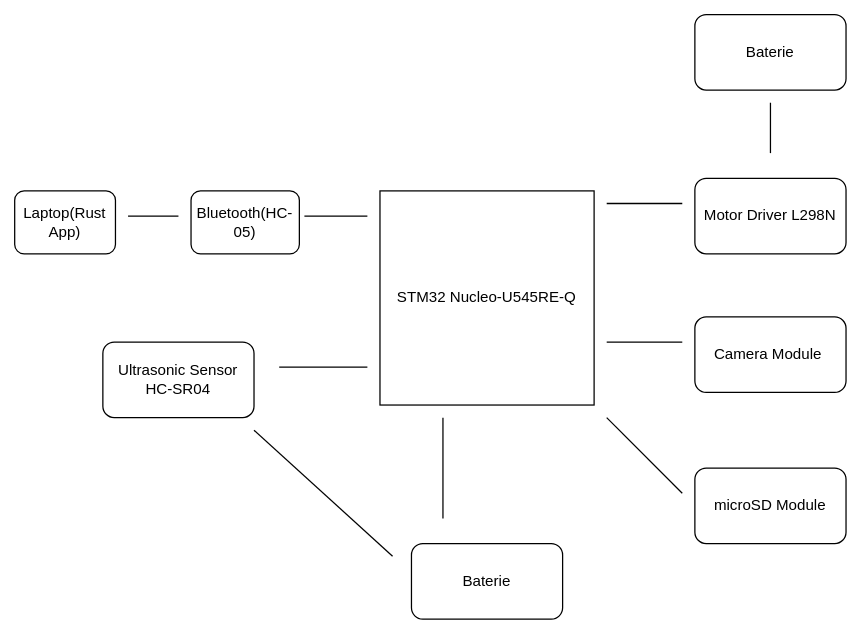
The draw.io diagram website/versioned_docs/version-acs_cc/project/2026/delia.florea/images/diagrama.svg in UPB-PMRust/website, before a commit. Source tidied: cells renumbered, new cells last; positions are measured from the earlier drawing's top-left corner, leaving out a move shared by most shapes. Its diagram source:
```xml
<mxGraphModel>
  <root>
    <mxCell id="0" />
    <mxCell id="1" parent="0" />
    <mxCell id="2" value="Laptop(Rust App)" style="rounded=1;whiteSpace=wrap;html=1;" parent="1" vertex="1">
      <mxGeometry y="140" width="80" height="50" as="geometry" />
    </mxCell>
    <mxCell id="3" value="Bluetooth(HC-05)" style="rounded=1;whiteSpace=wrap;html=1;" parent="1" vertex="1">
      <mxGeometry x="140" y="140" width="86" height="50" as="geometry" />
    </mxCell>
    <mxCell id="4" value="STM32 Nucleo-U545RE-Q" style="whiteSpace=wrap;html=1;" parent="1" vertex="1">
      <mxGeometry x="290" y="140" width="170" height="170" as="geometry" />
    </mxCell>
    <mxCell id="5" value="Motor Driver L298N" style="rounded=1;whiteSpace=wrap;html=1;" parent="1" vertex="1">
      <mxGeometry x="540" y="130" width="120" height="60" as="geometry" />
    </mxCell>
    <mxCell id="6" value="Camera Module&amp;nbsp;" style="rounded=1;whiteSpace=wrap;html=1;" parent="1" vertex="1">
      <mxGeometry x="540" y="240" width="120" height="60" as="geometry" />
    </mxCell>
    <mxCell id="7" value="microSD Module" style="rounded=1;whiteSpace=wrap;html=1;" parent="1" vertex="1">
      <mxGeometry x="540" y="360" width="120" height="60" as="geometry" />
    </mxCell>
    <mxCell id="8" value="Baterie" style="rounded=1;whiteSpace=wrap;html=1;" parent="1" vertex="1">
      <mxGeometry x="315" y="420" width="120" height="60" as="geometry" />
    </mxCell>
    <mxCell id="9" value="Baterie" style="rounded=1;whiteSpace=wrap;html=1;" parent="1" vertex="1">
      <mxGeometry x="540" width="120" height="60" as="geometry" />
    </mxCell>
    <mxCell id="10" value="Ultrasonic Sensor HC-SR04" style="rounded=1;whiteSpace=wrap;html=1;" parent="1" vertex="1">
      <mxGeometry x="70" y="260" width="120" height="60" as="geometry" />
    </mxCell>
    <mxCell id="11" style="endArrow=none;html=1;rounded=0;fontSize=12;startSize=8;endSize=8;curved=1;" parent="1" edge="1">
      <mxGeometry relative="1" as="geometry">
        <mxPoint x="340" y="400" as="sourcePoint" />
        <mxPoint x="340" y="320" as="targetPoint" />
        <Array as="points">
          <mxPoint x="340" y="360" />
        </Array>
      </mxGeometry>
    </mxCell>
    <mxCell id="12" style="endArrow=none;html=1;rounded=0;fontSize=12;startSize=8;endSize=8;curved=1;" parent="1" edge="1">
      <mxGeometry relative="1" as="geometry">
        <mxPoint x="280" y="280" as="sourcePoint" />
        <mxPoint x="210" y="280" as="targetPoint" />
      </mxGeometry>
    </mxCell>
    <mxCell id="13" style="endArrow=none;html=1;rounded=0;fontSize=12;startSize=8;endSize=8;curved=1;" parent="1" edge="1">
      <mxGeometry relative="1" as="geometry">
        <mxPoint x="130" y="160" as="sourcePoint" />
        <mxPoint x="90" y="160" as="targetPoint" />
      </mxGeometry>
    </mxCell>
    <mxCell id="14" style="endArrow=none;html=1;rounded=0;fontSize=12;startSize=8;endSize=8;curved=1;" parent="1" edge="1">
      <mxGeometry relative="1" as="geometry">
        <mxPoint x="280" y="160" as="sourcePoint" />
        <mxPoint x="230" y="160" as="targetPoint" />
      </mxGeometry>
    </mxCell>
    <mxCell id="15" style="endArrow=none;html=1;rounded=0;fontSize=12;startSize=8;endSize=8;curved=1;" parent="1" edge="1">
      <mxGeometry relative="1" as="geometry">
        <mxPoint x="470" y="260" as="sourcePoint" />
        <mxPoint x="530" y="260" as="targetPoint" />
      </mxGeometry>
    </mxCell>
    <mxCell id="16" style="endArrow=none;html=1;rounded=0;fontSize=12;startSize=8;endSize=8;curved=1;" parent="1" edge="1">
      <mxGeometry relative="1" as="geometry">
        <mxPoint x="470" y="320" as="sourcePoint" />
        <mxPoint x="530" y="380" as="targetPoint" />
      </mxGeometry>
    </mxCell>
    <mxCell id="17" style="endArrow=none;html=1;rounded=0;fontSize=12;startSize=8;endSize=8;curved=1;" parent="1" edge="1">
      <mxGeometry relative="1" as="geometry">
        <mxPoint x="470" y="150" as="sourcePoint" />
        <mxPoint x="530" y="150" as="targetPoint" />
      </mxGeometry>
    </mxCell>
    <mxCell id="18" style="endArrow=none;html=1;rounded=0;fontSize=12;startSize=8;endSize=8;curved=1;" parent="1" edge="1">
      <mxGeometry relative="1" as="geometry">
        <mxPoint x="600" y="110" as="sourcePoint" />
        <mxPoint x="600" y="70" as="targetPoint" />
      </mxGeometry>
    </mxCell>
    <mxCell id="19" style="endArrow=none;html=1;rounded=0;fontSize=12;startSize=8;endSize=8;curved=1;" parent="1" edge="1">
      <mxGeometry relative="1" as="geometry">
        <mxPoint x="190" y="330" as="sourcePoint" />
        <mxPoint x="300" y="430" as="targetPoint" />
      </mxGeometry>
    </mxCell>
  </root>
</mxGraphModel>
```
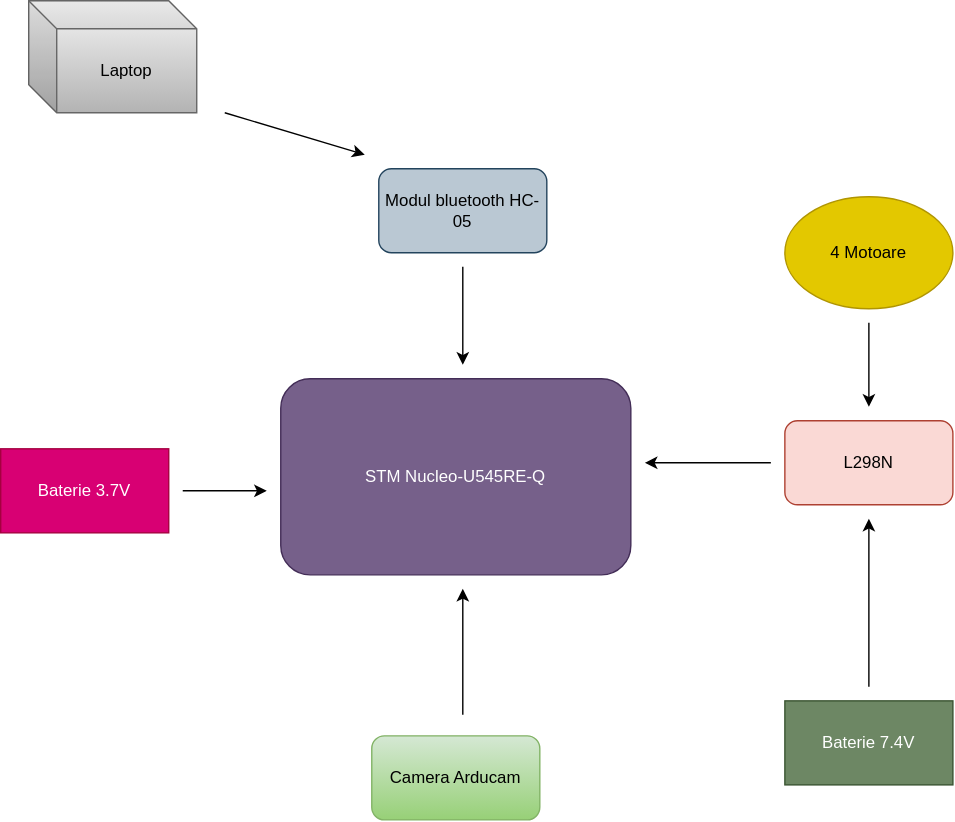
Above is the later version.

Diff of the diagram source:
```diff
@@ -2,89 +2,71 @@
   <root>
     <mxCell id="0" />
     <mxCell id="1" parent="0" />
-    <mxCell id="2" value="Laptop(Rust App)" style="rounded=1;whiteSpace=wrap;html=1;" parent="1" vertex="1">
-      <mxGeometry y="140" width="80" height="50" as="geometry" />
-    </mxCell>
-    <mxCell id="3" value="Bluetooth(HC-05)" style="rounded=1;whiteSpace=wrap;html=1;" parent="1" vertex="1">
-      <mxGeometry x="140" y="140" width="86" height="50" as="geometry" />
-    </mxCell>
-    <mxCell id="4" value="STM32 Nucleo-U545RE-Q" style="whiteSpace=wrap;html=1;" parent="1" vertex="1">
-      <mxGeometry x="290" y="140" width="170" height="170" as="geometry" />
-    </mxCell>
-    <mxCell id="5" value="Motor Driver L298N" style="rounded=1;whiteSpace=wrap;html=1;" parent="1" vertex="1">
-      <mxGeometry x="540" y="130" width="120" height="60" as="geometry" />
-    </mxCell>
-    <mxCell id="6" value="Camera Module&amp;nbsp;" style="rounded=1;whiteSpace=wrap;html=1;" parent="1" vertex="1">
-      <mxGeometry x="540" y="240" width="120" height="60" as="geometry" />
-    </mxCell>
-    <mxCell id="7" value="microSD Module" style="rounded=1;whiteSpace=wrap;html=1;" parent="1" vertex="1">
-      <mxGeometry x="540" y="360" width="120" height="60" as="geometry" />
-    </mxCell>
-    <mxCell id="8" value="Baterie" style="rounded=1;whiteSpace=wrap;html=1;" parent="1" vertex="1">
-      <mxGeometry x="315" y="420" width="120" height="60" as="geometry" />
-    </mxCell>
-    <mxCell id="9" value="Baterie" style="rounded=1;whiteSpace=wrap;html=1;" parent="1" vertex="1">
-      <mxGeometry x="540" width="120" height="60" as="geometry" />
-    </mxCell>
-    <mxCell id="10" value="Ultrasonic Sensor HC-SR04" style="rounded=1;whiteSpace=wrap;html=1;" parent="1" vertex="1">
-      <mxGeometry x="70" y="260" width="120" height="60" as="geometry" />
-    </mxCell>
-    <mxCell id="11" style="endArrow=none;html=1;rounded=0;fontSize=12;startSize=8;endSize=8;curved=1;" parent="1" edge="1">
-      <mxGeometry relative="1" as="geometry">
-        <mxPoint x="340" y="400" as="sourcePoint" />
-        <mxPoint x="340" y="320" as="targetPoint" />
-        <Array as="points">
-          <mxPoint x="340" y="360" />
-        </Array>
-      </mxGeometry>
-    </mxCell>
-    <mxCell id="12" style="endArrow=none;html=1;rounded=0;fontSize=12;startSize=8;endSize=8;curved=1;" parent="1" edge="1">
-      <mxGeometry relative="1" as="geometry">
-        <mxPoint x="280" y="280" as="sourcePoint" />
-        <mxPoint x="210" y="280" as="targetPoint" />
-      </mxGeometry>
-    </mxCell>
-    <mxCell id="13" style="endArrow=none;html=1;rounded=0;fontSize=12;startSize=8;endSize=8;curved=1;" parent="1" edge="1">
-      <mxGeometry relative="1" as="geometry">
-        <mxPoint x="130" y="160" as="sourcePoint" />
-        <mxPoint x="90" y="160" as="targetPoint" />
-      </mxGeometry>
-    </mxCell>
-    <mxCell id="14" style="endArrow=none;html=1;rounded=0;fontSize=12;startSize=8;endSize=8;curved=1;" parent="1" edge="1">
-      <mxGeometry relative="1" as="geometry">
-        <mxPoint x="280" y="160" as="sourcePoint" />
-        <mxPoint x="230" y="160" as="targetPoint" />
-      </mxGeometry>
-    </mxCell>
-    <mxCell id="15" style="endArrow=none;html=1;rounded=0;fontSize=12;startSize=8;endSize=8;curved=1;" parent="1" edge="1">
-      <mxGeometry relative="1" as="geometry">
-        <mxPoint x="470" y="260" as="sourcePoint" />
-        <mxPoint x="530" y="260" as="targetPoint" />
-      </mxGeometry>
-    </mxCell>
-    <mxCell id="16" style="endArrow=none;html=1;rounded=0;fontSize=12;startSize=8;endSize=8;curved=1;" parent="1" edge="1">
-      <mxGeometry relative="1" as="geometry">
-        <mxPoint x="470" y="320" as="sourcePoint" />
-        <mxPoint x="530" y="380" as="targetPoint" />
-      </mxGeometry>
-    </mxCell>
-    <mxCell id="17" style="endArrow=none;html=1;rounded=0;fontSize=12;startSize=8;endSize=8;curved=1;" parent="1" edge="1">
-      <mxGeometry relative="1" as="geometry">
-        <mxPoint x="470" y="150" as="sourcePoint" />
-        <mxPoint x="530" y="150" as="targetPoint" />
-      </mxGeometry>
-    </mxCell>
-    <mxCell id="18" style="endArrow=none;html=1;rounded=0;fontSize=12;startSize=8;endSize=8;curved=1;" parent="1" edge="1">
-      <mxGeometry relative="1" as="geometry">
-        <mxPoint x="600" y="110" as="sourcePoint" />
-        <mxPoint x="600" y="70" as="targetPoint" />
-      </mxGeometry>
-    </mxCell>
-    <mxCell id="19" style="endArrow=none;html=1;rounded=0;fontSize=12;startSize=8;endSize=8;curved=1;" parent="1" edge="1">
-      <mxGeometry relative="1" as="geometry">
-        <mxPoint x="190" y="330" as="sourcePoint" />
-        <mxPoint x="300" y="430" as="targetPoint" />
-      </mxGeometry>
-    </mxCell>
+    <mxCell id="20" value="STM Nucleo-U545RE-Q" style="rounded=1;whiteSpace=wrap;html=1;fillColor=#76608a;fontColor=#ffffff;strokeColor=#432D57;" parent="1" vertex="1">
+      <mxGeometry x="210" y="260" width="250" height="140" as="geometry" />
+    </mxCell>
+    <mxCell id="21" value="L298N" style="rounded=1;whiteSpace=wrap;html=1;fillColor=#fad9d5;strokeColor=#ae4132;" parent="1" vertex="1">
+      <mxGeometry x="570" y="290" width="120" height="60" as="geometry" />
+    </mxCell>
+    <mxCell id="22" value="Modul bluetooth HC-05" style="rounded=1;whiteSpace=wrap;html=1;fillColor=#bac8d3;strokeColor=#23445d;" parent="1" vertex="1">
+      <mxGeometry x="280" y="110" width="120" height="60" as="geometry" />
+    </mxCell>
+    <mxCell id="23" value="Camera Arducam" style="rounded=1;whiteSpace=wrap;html=1;fillColor=#d5e8d4;gradientColor=#97d077;strokeColor=#82b366;" parent="1" vertex="1">
+      <mxGeometry x="275" y="515" width="120" height="60" as="geometry" />
+    </mxCell>
+    <mxCell id="24" value="Baterie 3.7V" style="rounded=0;whiteSpace=wrap;html=1;fillColor=#d80073;fontColor=#ffffff;strokeColor=#A50040;" parent="1" vertex="1">
+      <mxGeometry x="10" y="310" width="120" height="60" as="geometry" />
+    </mxCell>
+    <mxCell id="25" value="Baterie 7.4V" style="rounded=0;whiteSpace=wrap;html=1;fillColor=#6d8764;strokeColor=#3A5431;fontColor=#ffffff;" parent="1" vertex="1">
+      <mxGeometry x="570" y="490" width="120" height="60" as="geometry" />
+    </mxCell>
+    <mxCell id="26" value="4 Motoare" style="ellipse;whiteSpace=wrap;html=1;fillColor=#e3c800;strokeColor=#B09500;fontColor=#000000;" parent="1" vertex="1">
+      <mxGeometry x="570" y="130" width="120" height="80" as="geometry" />
+    </mxCell>
+    <mxCell id="27" style="endArrow=classic;html=1;rounded=0;" parent="1" edge="1">
+      <mxGeometry relative="1" as="geometry">
+        <mxPoint x="340" y="500" as="sourcePoint" />
+        <mxPoint x="340" y="410" as="targetPoint" />
+      </mxGeometry>
+    </mxCell>
+    <mxCell id="28" style="endArrow=classic;html=1;rounded=0;" parent="1" edge="1">
+      <mxGeometry relative="1" as="geometry">
+        <mxPoint x="140" y="340" as="sourcePoint" />
+        <mxPoint x="200" y="340" as="targetPoint" />
+      </mxGeometry>
+    </mxCell>
+    <mxCell id="29" style="endArrow=classic;html=1;rounded=0;" parent="1" edge="1">
+      <mxGeometry relative="1" as="geometry">
+        <mxPoint x="630" y="480" as="sourcePoint" />
+        <mxPoint x="630" y="360" as="targetPoint" />
+      </mxGeometry>
+    </mxCell>
+    <mxCell id="30" style="endArrow=classic;html=1;rounded=0;" parent="1" edge="1">
+      <mxGeometry relative="1" as="geometry">
+        <mxPoint x="630" y="220" as="sourcePoint" />
+        <mxPoint x="630" y="280" as="targetPoint" />
+      </mxGeometry>
+    </mxCell>
+    <mxCell id="31" style="endArrow=classic;html=1;rounded=0;" parent="1" edge="1">
+      <mxGeometry relative="1" as="geometry">
+        <mxPoint x="340" y="180" as="sourcePoint" />
+        <mxPoint x="340" y="250" as="targetPoint" />
+      </mxGeometry>
+    </mxCell>
+    <mxCell id="32" style="endArrow=classic;html=1;rounded=0;" parent="1" edge="1">
+      <mxGeometry relative="1" as="geometry">
+        <mxPoint x="560" y="320" as="sourcePoint" />
+        <mxPoint x="470" y="320" as="targetPoint" />
+      </mxGeometry>
+    </mxCell>
+    <mxCell id="33" value="Laptop" style="shape=cube;whiteSpace=wrap;html=1;boundedLbl=1;backgroundOutline=1;darkOpacity=0.05;darkOpacity2=0.1;fillColor=#f5f5f5;gradientColor=#b3b3b3;strokeColor=#666666;" parent="1" vertex="1">
+      <mxGeometry x="30" y="-10" width="120" height="80" as="geometry" />
+    </mxCell>
+    <mxCell id="34" style="endArrow=classic;html=1;rounded=0;" parent="1" edge="1">
+      <mxGeometry relative="1" as="geometry">
+        <mxPoint x="170" y="70" as="sourcePoint" />
+        <mxPoint x="270" y="100" as="targetPoint" />
+      </mxGeometry>
+    </mxCell>
   </root>
 </mxGraphModel>
```
